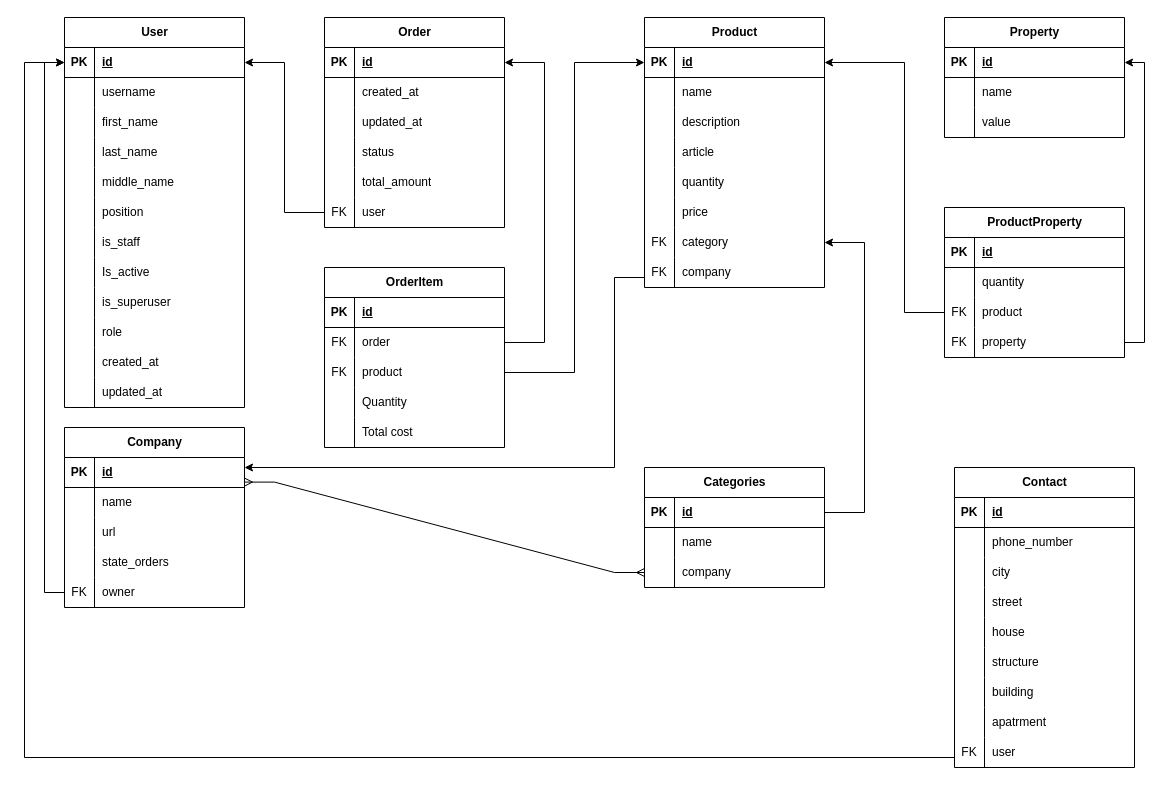
This is Retail_Orders.drawio from yamato-22/Diplom_project, a draw.io file, before an edit. Source tidied: cells renumbered, new cells numbered last; positions are measured from the earlier drawing's top-left corner, leaving out a move shared by most shapes. Both pictures are drawn from the tidied source at 100%, with x=0, y=0 at pixel (24, 17).
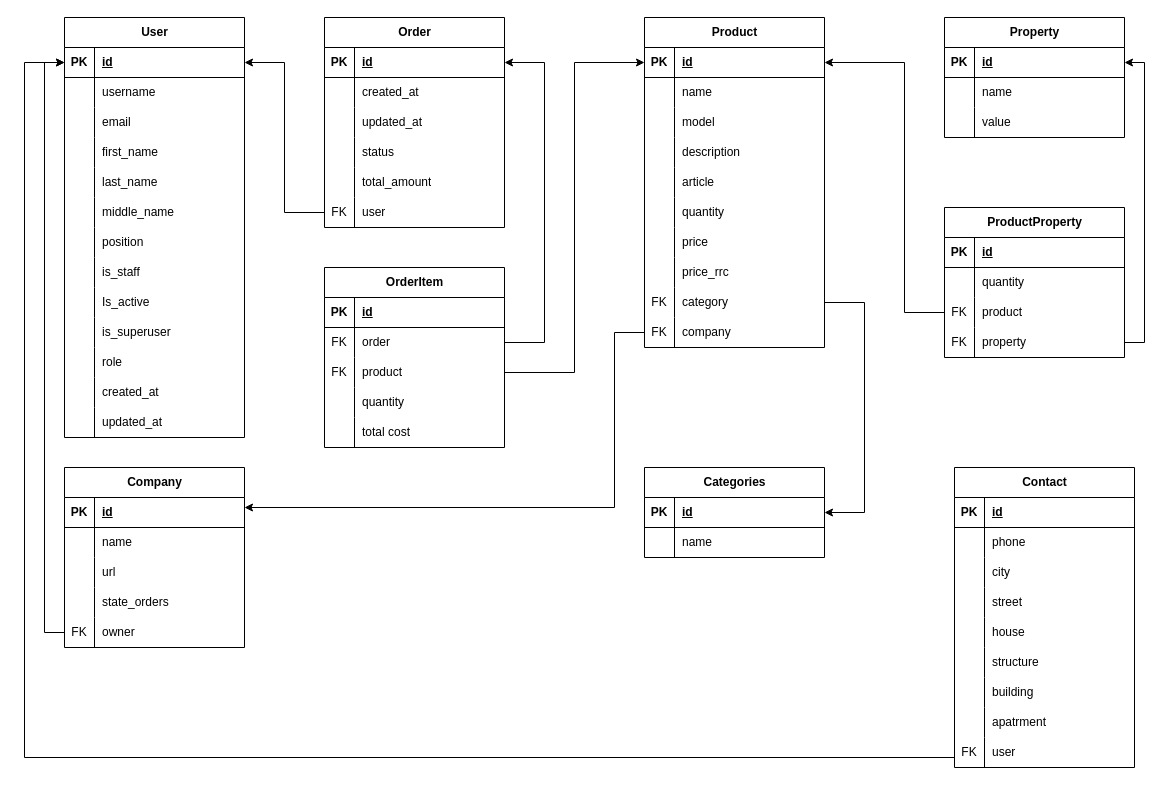
The same page after the edit.

The change refers to these unchanged cells:
```xml
<mxCell id="3" style="shape=tableRow;horizontal=0;startSize=0;swimlaneHead=0;swimlaneBody=0;fillColor=none;points=[[0,0.5],[1,0.5]];portConstraint=eastwest;top=0;left=0;right=0;bottom=1;" parent="2" vertex="1">
  <mxGeometry y="30" width="180" height="30" as="geometry" />
</mxCell>
<mxCell id="15" style="shape=tableRow;horizontal=0;startSize=0;swimlaneHead=0;swimlaneBody=0;fillColor=none;points=[[0,0.5],[1,0.5]];portConstraint=eastwest;top=0;left=0;right=0;bottom=0;" parent="2" vertex="1">
  <mxGeometry y="150" width="180" height="30" as="geometry" />
</mxCell>
<mxCell id="44" style="shape=tableRow;horizontal=0;startSize=0;swimlaneHead=0;swimlaneBody=0;fillColor=none;top=0;left=0;right=0;bottom=0;" parent="37" vertex="1">
  <mxGeometry y="90" width="180" height="30" as="geometry" />
</mxCell>
<mxCell id="47" style="shape=tableRow;horizontal=0;startSize=0;swimlaneHead=0;swimlaneBody=0;fillColor=none;top=0;left=0;right=0;bottom=0;" parent="37" vertex="1">
  <mxGeometry y="120" width="180" height="30" as="geometry" />
</mxCell>
<mxCell id="50" style="shape=tableRow;horizontal=0;startSize=0;swimlaneHead=0;swimlaneBody=0;fillColor=none;top=0;left=0;right=0;bottom=0;" parent="37" vertex="1">
  <mxGeometry y="150" width="180" height="30" as="geometry" />
</mxCell>
<mxCell id="53" style="shape=tableRow;horizontal=0;startSize=0;swimlaneHead=0;swimlaneBody=0;fillColor=none;top=0;left=0;right=0;bottom=0;" parent="37" vertex="1">
  <mxGeometry y="180" width="180" height="30" as="geometry" />
</mxCell>
<mxCell id="56" style="shape=tableRow;horizontal=0;startSize=0;swimlaneHead=0;swimlaneBody=0;fillColor=none;points=[[0,0.5],[1,0.5]];portConstraint=eastwest;top=0;left=0;right=0;bottom=0;" parent="37" vertex="1">
  <mxGeometry y="210" width="180" height="30" as="geometry" />
</mxCell>
<mxCell id="59" style="shape=tableRow;horizontal=0;startSize=0;swimlaneHead=0;swimlaneBody=0;fillColor=none;top=0;left=0;right=0;bottom=0;" parent="37" vertex="1">
  <mxGeometry y="240" width="180" height="30" as="geometry" />
</mxCell>
<mxCell id="63" style="shape=tableRow;horizontal=0;startSize=0;swimlaneHead=0;swimlaneBody=0;fillColor=none;points=[[0,0.5],[1,0.5]];portConstraint=eastwest;top=0;left=0;right=0;bottom=1;" parent="62" vertex="1">
  <mxGeometry y="30" width="180" height="30" as="geometry" />
</mxCell>
<mxCell id="69" style="shape=tableRow;horizontal=0;startSize=0;swimlaneHead=0;swimlaneBody=0;fillColor=none;top=0;left=0;right=0;bottom=0;" parent="62" vertex="1">
  <mxGeometry y="90" width="180" height="30" as="geometry" />
</mxCell>
<mxCell id="72" style="shape=tableRow;horizontal=0;startSize=0;swimlaneHead=0;swimlaneBody=0;fillColor=none;top=0;left=0;right=0;bottom=0;" parent="62" vertex="1">
  <mxGeometry y="120" width="180" height="30" as="geometry" />
</mxCell>
<mxCell id="75" style="shape=tableRow;horizontal=0;startSize=0;swimlaneHead=0;swimlaneBody=0;fillColor=none;top=0;left=0;right=0;bottom=0;" parent="62" vertex="1">
  <mxGeometry y="150" width="180" height="30" as="geometry" />
</mxCell>
<mxCell id="78" style="shape=tableRow;horizontal=0;startSize=0;swimlaneHead=0;swimlaneBody=0;fillColor=none;top=0;left=0;right=0;bottom=0;" parent="62" vertex="1">
  <mxGeometry y="180" width="180" height="30" as="geometry" />
</mxCell>
<mxCell id="81" style="shape=tableRow;horizontal=0;startSize=0;swimlaneHead=0;swimlaneBody=0;fillColor=none;top=0;left=0;right=0;bottom=0;" parent="62" vertex="1">
  <mxGeometry y="210" width="180" height="30" as="geometry" />
</mxCell>
<mxCell id="84" style="shape=tableRow;horizontal=0;startSize=0;swimlaneHead=0;swimlaneBody=0;fillColor=none;top=0;left=0;right=0;bottom=0;" parent="62" vertex="1">
  <mxGeometry y="240" width="180" height="30" as="geometry" />
</mxCell>
<mxCell id="87" style="shape=tableRow;horizontal=0;startSize=0;swimlaneHead=0;swimlaneBody=0;fillColor=none;top=0;left=0;right=0;bottom=0;" parent="62" vertex="1">
  <mxGeometry y="270" width="180" height="30" as="geometry" />
</mxCell>
<mxCell id="90" style="shape=tableRow;horizontal=0;startSize=0;swimlaneHead=0;swimlaneBody=0;fillColor=none;top=0;left=0;right=0;bottom=0;" parent="62" vertex="1">
  <mxGeometry y="300" width="180" height="30" as="geometry" />
</mxCell>
<mxCell id="93" style="shape=tableRow;horizontal=0;startSize=0;swimlaneHead=0;swimlaneBody=0;fillColor=none;top=0;left=0;right=0;bottom=0;" parent="62" vertex="1">
  <mxGeometry y="330" width="180" height="30" as="geometry" />
</mxCell>
<mxCell id="96" style="shape=tableRow;horizontal=0;startSize=0;swimlaneHead=0;swimlaneBody=0;fillColor=none;top=0;left=0;right=0;bottom=0;" parent="62" vertex="1">
  <mxGeometry y="360" width="180" height="30" as="geometry" />
</mxCell>
<mxCell id="120" style="shape=tableRow;horizontal=0;startSize=0;swimlaneHead=0;swimlaneBody=0;fillColor=none;top=0;left=0;right=0;bottom=0;" parent="110" vertex="1">
  <mxGeometry y="120" width="180" height="30" as="geometry" />
</mxCell>
<mxCell id="123" style="shape=tableRow;horizontal=0;startSize=0;swimlaneHead=0;swimlaneBody=0;fillColor=none;top=0;left=0;right=0;bottom=0;" parent="110" vertex="1">
  <mxGeometry y="150" width="180" height="30" as="geometry" />
</mxCell>
<mxCell id="132" style="shape=tableRow;horizontal=0;startSize=0;swimlaneHead=0;swimlaneBody=0;fillColor=none;top=0;left=0;right=0;bottom=0;" parent="128" vertex="1">
  <mxGeometry y="60" width="180" height="30" as="geometry" />
</mxCell>
<mxCell id="159" style="shape=tableRow;horizontal=0;startSize=0;swimlaneHead=0;swimlaneBody=0;fillColor=none;points=[[0,0.5],[1,0.5]];portConstraint=eastwest;top=0;left=0;right=0;bottom=1;" parent="158" vertex="1">
  <mxGeometry y="30" width="180" height="30" as="geometry" />
</mxCell>
```

The edit, as a diff of the source:
```diff
@@
     <mxCell id="2" value="Company" style="shape=table;startSize=30;childLayout=tableLayout;rowLines=0;fontStyle=1;align=center;html=1;" parent="1" vertex="1">
-      <mxGeometry x="40" y="410" width="180" height="180" as="geometry" />
+      <mxGeometry x="40" y="450" width="180" height="180" as="geometry" />
     </mxCell>
@@
     <mxCell id="37" value="Product" style="shape=table;startSize=30;childLayout=tableLayout;rowLines=0;fontStyle=1;align=center;html=1;" parent="1" vertex="1">
-      <mxGeometry x="620" width="180" height="270" as="geometry" />
+      <mxGeometry x="620" width="180" height="330" as="geometry" />
     </mxCell>
@@
-    <mxCell id="46" value="description" style="shape=partialRectangle;fillColor=none;top=0;left=0;bottom=0;right=0;align=left;spacingLeft=6;overflow=hidden;whiteSpace=wrap;html=1;" parent="44" vertex="1">
+    <mxCell id="46" value="model" style="shape=partialRectangle;fillColor=none;top=0;left=0;bottom=0;right=0;align=left;spacingLeft=6;overflow=hidden;whiteSpace=wrap;html=1;" parent="44" vertex="1">
       <mxGeometry x="30" width="150" height="30" as="geometry" />
     </mxCell>
@@
-    <mxCell id="49" value="article" style="shape=partialRectangle;fillColor=none;top=0;left=0;bottom=0;right=0;align=left;spacingLeft=6;overflow=hidden;whiteSpace=wrap;html=1;" parent="47" vertex="1">
+    <mxCell id="49" value="description" style="shape=partialRectangle;fillColor=none;top=0;left=0;bottom=0;right=0;align=left;spacingLeft=6;overflow=hidden;whiteSpace=wrap;html=1;" parent="47" vertex="1">
       <mxGeometry x="30" width="150" height="30" as="geometry" />
     </mxCell>
@@
-    <mxCell id="52" value="quantity" style="shape=partialRectangle;fillColor=none;top=0;left=0;bottom=0;right=0;align=left;spacingLeft=6;overflow=hidden;whiteSpace=wrap;html=1;" parent="50" vertex="1">
+    <mxCell id="52" value="article" style="shape=partialRectangle;fillColor=none;top=0;left=0;bottom=0;right=0;align=left;spacingLeft=6;overflow=hidden;whiteSpace=wrap;html=1;" parent="50" vertex="1">
       <mxGeometry x="30" width="150" height="30" as="geometry" />
     </mxCell>
@@
-    <mxCell id="55" value="price" style="shape=partialRectangle;fillColor=none;top=0;left=0;bottom=0;right=0;align=left;spacingLeft=6;overflow=hidden;whiteSpace=wrap;html=1;" parent="53" vertex="1">
+    <mxCell id="55" value="quantity" style="shape=partialRectangle;fillColor=none;top=0;left=0;bottom=0;right=0;align=left;spacingLeft=6;overflow=hidden;whiteSpace=wrap;html=1;" parent="53" vertex="1">
       <mxGeometry x="30" width="150" height="30" as="geometry" />
     </mxCell>
@@
-    <mxCell id="57" value="FK" style="shape=partialRectangle;fillColor=none;top=0;left=0;bottom=0;right=0;overflow=hidden;whiteSpace=wrap;html=1;" parent="56" vertex="1">
+    <mxCell id="57" style="shape=partialRectangle;fillColor=none;top=0;left=0;bottom=0;right=0;overflow=hidden;whiteSpace=wrap;html=1;" parent="56" vertex="1">
       <mxGeometry width="30" height="30" as="geometry" />
     </mxCell>
-    <mxCell id="58" value="category" style="shape=partialRectangle;fillColor=none;top=0;left=0;bottom=0;right=0;align=left;spacingLeft=6;overflow=hidden;whiteSpace=wrap;html=1;" parent="56" vertex="1">
+    <mxCell id="58" value="price" style="shape=partialRectangle;fillColor=none;top=0;left=0;bottom=0;right=0;align=left;spacingLeft=6;overflow=hidden;whiteSpace=wrap;html=1;" parent="56" vertex="1">
       <mxGeometry x="30" width="150" height="30" as="geometry" />
     </mxCell>
@@
-    <mxCell id="60" value="FK" style="shape=partialRectangle;fillColor=none;top=0;left=0;bottom=0;right=0;overflow=hidden;whiteSpace=wrap;html=1;" parent="59" vertex="1">
+    <mxCell id="60" style="shape=partialRectangle;fillColor=none;top=0;left=0;bottom=0;right=0;overflow=hidden;whiteSpace=wrap;html=1;" parent="59" vertex="1">
       <mxGeometry width="30" height="30" as="geometry" />
     </mxCell>
-    <mxCell id="61" value="company" style="shape=partialRectangle;fillColor=none;top=0;left=0;bottom=0;right=0;align=left;spacingLeft=6;overflow=hidden;whiteSpace=wrap;html=1;" parent="59" vertex="1">
+    <mxCell id="61" value="price_rrc" style="shape=partialRectangle;fillColor=none;top=0;left=0;bottom=0;right=0;align=left;spacingLeft=6;overflow=hidden;whiteSpace=wrap;html=1;" parent="59" vertex="1">
       <mxGeometry x="30" width="150" height="30" as="geometry" />
     </mxCell>
+    <mxCell id="186" style="shape=tableRow;horizontal=0;startSize=0;swimlaneHead=0;swimlaneBody=0;fillColor=none;points=[[0,0.5],[1,0.5]];portConstraint=eastwest;top=0;left=0;right=0;bottom=0;" parent="37" vertex="1">
+      <mxGeometry y="270" width="180" height="30" as="geometry" />
+    </mxCell>
+    <mxCell id="187" value="FK" style="shape=partialRectangle;fillColor=none;top=0;left=0;bottom=0;right=0;overflow=hidden;whiteSpace=wrap;html=1;" parent="186" vertex="1">
+      <mxGeometry width="30" height="30" as="geometry" />
+    </mxCell>
+    <mxCell id="188" value="category" style="shape=partialRectangle;fillColor=none;top=0;left=0;bottom=0;right=0;align=left;spacingLeft=6;overflow=hidden;whiteSpace=wrap;html=1;" parent="186" vertex="1">
+      <mxGeometry x="30" width="150" height="30" as="geometry" />
+    </mxCell>
+    <mxCell id="189" style="shape=tableRow;horizontal=0;startSize=0;swimlaneHead=0;swimlaneBody=0;fillColor=none;points=[[0,0.5],[1,0.5]];portConstraint=eastwest;top=0;left=0;right=0;bottom=0;" parent="37" vertex="1">
+      <mxGeometry y="300" width="180" height="30" as="geometry" />
+    </mxCell>
+    <mxCell id="190" value="FK" style="shape=partialRectangle;fillColor=none;top=0;left=0;bottom=0;right=0;overflow=hidden;whiteSpace=wrap;html=1;" parent="189" vertex="1">
+      <mxGeometry width="30" height="30" as="geometry" />
+    </mxCell>
+    <mxCell id="167" value="company" style="shape=partialRectangle;fillColor=none;top=0;left=0;bottom=0;right=0;align=left;spacingLeft=6;overflow=hidden;whiteSpace=wrap;html=1;" parent="189" vertex="1">
+      <mxGeometry x="30" width="150" height="30" as="geometry" />
+    </mxCell>
     <mxCell id="62" value="User" style="shape=table;startSize=30;childLayout=tableLayout;rowLines=0;fontStyle=1;align=center;html=1;" parent="1" vertex="1">
-      <mxGeometry x="40" width="180" height="390" as="geometry" />
+      <mxGeometry x="40" width="180" height="420" as="geometry" />
     </mxCell>
@@
-    <mxCell id="71" value="first_name" style="shape=partialRectangle;fillColor=none;top=0;left=0;bottom=0;right=0;align=left;spacingLeft=6;overflow=hidden;whiteSpace=wrap;html=1;" parent="69" vertex="1">
+    <mxCell id="71" value="email" style="shape=partialRectangle;fillColor=none;top=0;left=0;bottom=0;right=0;align=left;spacingLeft=6;overflow=hidden;whiteSpace=wrap;html=1;" parent="69" vertex="1">
       <mxGeometry x="30" width="150" height="30" as="geometry" />
     </mxCell>
@@
-    <mxCell id="74" value="last_name" style="shape=partialRectangle;fillColor=none;top=0;left=0;bottom=0;right=0;align=left;spacingLeft=6;overflow=hidden;whiteSpace=wrap;html=1;" parent="72" vertex="1">
+    <mxCell id="74" value="first_name" style="shape=partialRectangle;fillColor=none;top=0;left=0;bottom=0;right=0;align=left;spacingLeft=6;overflow=hidden;whiteSpace=wrap;html=1;" parent="72" vertex="1">
       <mxGeometry x="30" width="150" height="30" as="geometry" />
     </mxCell>
@@
-    <mxCell id="77" value="middle_name" style="shape=partialRectangle;fillColor=none;top=0;left=0;bottom=0;right=0;align=left;spacingLeft=6;overflow=hidden;whiteSpace=wrap;html=1;" parent="75" vertex="1">
+    <mxCell id="77" value="last_name" style="shape=partialRectangle;fillColor=none;top=0;left=0;bottom=0;right=0;align=left;spacingLeft=6;overflow=hidden;whiteSpace=wrap;html=1;" parent="75" vertex="1">
       <mxGeometry x="30" width="150" height="30" as="geometry" />
     </mxCell>
@@
-    <mxCell id="80" value="position" style="shape=partialRectangle;fillColor=none;top=0;left=0;bottom=0;right=0;align=left;spacingLeft=6;overflow=hidden;whiteSpace=wrap;html=1;" parent="78" vertex="1">
+    <mxCell id="80" value="middle_name" style="shape=partialRectangle;fillColor=none;top=0;left=0;bottom=0;right=0;align=left;spacingLeft=6;overflow=hidden;whiteSpace=wrap;html=1;" parent="78" vertex="1">
       <mxGeometry x="30" width="150" height="30" as="geometry" />
     </mxCell>
@@
-    <mxCell id="83" value="is_staff" style="shape=partialRectangle;fillColor=none;top=0;left=0;bottom=0;right=0;align=left;spacingLeft=6;overflow=hidden;whiteSpace=wrap;html=1;" parent="81" vertex="1">
+    <mxCell id="83" value="position" style="shape=partialRectangle;fillColor=none;top=0;left=0;bottom=0;right=0;align=left;spacingLeft=6;overflow=hidden;whiteSpace=wrap;html=1;" parent="81" vertex="1">
       <mxGeometry x="30" width="150" height="30" as="geometry" />
     </mxCell>
@@
-    <mxCell id="86" value="Is_active" style="shape=partialRectangle;fillColor=none;top=0;left=0;bottom=0;right=0;align=left;spacingLeft=6;overflow=hidden;whiteSpace=wrap;html=1;" parent="84" vertex="1">
+    <mxCell id="86" value="is_staff" style="shape=partialRectangle;fillColor=none;top=0;left=0;bottom=0;right=0;align=left;spacingLeft=6;overflow=hidden;whiteSpace=wrap;html=1;" parent="84" vertex="1">
       <mxGeometry x="30" width="150" height="30" as="geometry" />
     </mxCell>
@@
-    <mxCell id="89" value="is_superuser" style="shape=partialRectangle;fillColor=none;top=0;left=0;bottom=0;right=0;align=left;spacingLeft=6;overflow=hidden;whiteSpace=wrap;html=1;" parent="87" vertex="1">
+    <mxCell id="89" value="Is_active" style="shape=partialRectangle;fillColor=none;top=0;left=0;bottom=0;right=0;align=left;spacingLeft=6;overflow=hidden;whiteSpace=wrap;html=1;" parent="87" vertex="1">
       <mxGeometry x="30" width="150" height="30" as="geometry" />
     </mxCell>
@@
-    <mxCell id="92" value="role" style="shape=partialRectangle;fillColor=none;top=0;left=0;bottom=0;right=0;align=left;spacingLeft=6;overflow=hidden;whiteSpace=wrap;html=1;" parent="90" vertex="1">
+    <mxCell id="92" value="is_superuser" style="shape=partialRectangle;fillColor=none;top=0;left=0;bottom=0;right=0;align=left;spacingLeft=6;overflow=hidden;whiteSpace=wrap;html=1;" parent="90" vertex="1">
       <mxGeometry x="30" width="150" height="30" as="geometry" />
     </mxCell>
@@
-    <mxCell id="95" value="created_at" style="shape=partialRectangle;fillColor=none;top=0;left=0;bottom=0;right=0;align=left;spacingLeft=6;overflow=hidden;whiteSpace=wrap;html=1;" parent="93" vertex="1">
+    <mxCell id="95" value="role" style="shape=partialRectangle;fillColor=none;top=0;left=0;bottom=0;right=0;align=left;spacingLeft=6;overflow=hidden;whiteSpace=wrap;html=1;" parent="93" vertex="1">
       <mxGeometry x="30" width="150" height="30" as="geometry" />
     </mxCell>
@@
-    <mxCell id="98" value="updated_at" style="shape=partialRectangle;fillColor=none;top=0;left=0;bottom=0;right=0;align=left;spacingLeft=6;overflow=hidden;whiteSpace=wrap;html=1;" parent="96" vertex="1">
+    <mxCell id="98" value="created_at" style="shape=partialRectangle;fillColor=none;top=0;left=0;bottom=0;right=0;align=left;spacingLeft=6;overflow=hidden;whiteSpace=wrap;html=1;" parent="96" vertex="1">
       <mxGeometry x="30" width="150" height="30" as="geometry" />
     </mxCell>
+    <mxCell id="191" style="shape=tableRow;horizontal=0;startSize=0;swimlaneHead=0;swimlaneBody=0;fillColor=none;top=0;left=0;right=0;bottom=0;" parent="62" vertex="1">
+      <mxGeometry y="390" width="180" height="30" as="geometry" />
+    </mxCell>
+    <mxCell id="166" style="shape=partialRectangle;fillColor=none;top=0;left=0;bottom=0;right=0;overflow=hidden;whiteSpace=wrap;html=1;" parent="191" vertex="1">
+      <mxGeometry width="30" height="30" as="geometry" />
+    </mxCell>
+    <mxCell id="192" value="updated_at" style="shape=partialRectangle;fillColor=none;top=0;left=0;bottom=0;right=0;align=left;spacingLeft=6;overflow=hidden;whiteSpace=wrap;html=1;" parent="191" vertex="1">
+      <mxGeometry x="30" width="150" height="30" as="geometry" />
+    </mxCell>
@@
-    <mxCell id="122" value="Quantity" style="shape=partialRectangle;fillColor=none;top=0;left=0;bottom=0;right=0;align=left;spacingLeft=6;overflow=hidden;whiteSpace=wrap;html=1;" parent="120" vertex="1">
+    <mxCell id="122" value="quantity" style="shape=partialRectangle;fillColor=none;top=0;left=0;bottom=0;right=0;align=left;spacingLeft=6;overflow=hidden;whiteSpace=wrap;html=1;" parent="120" vertex="1">
       <mxGeometry x="30" width="150" height="30" as="geometry" />
     </mxCell>
@@
-    <mxCell id="125" value="Total cost" style="shape=partialRectangle;fillColor=none;top=0;left=0;bottom=0;right=0;align=left;spacingLeft=6;overflow=hidden;whiteSpace=wrap;html=1;" parent="123" vertex="1">
+    <mxCell id="125" value="total cost" style="shape=partialRectangle;fillColor=none;top=0;left=0;bottom=0;right=0;align=left;spacingLeft=6;overflow=hidden;whiteSpace=wrap;html=1;" parent="123" vertex="1">
       <mxGeometry x="30" width="150" height="30" as="geometry" />
     </mxCell>
@@
-    <mxCell id="134" value="phone_number" style="shape=partialRectangle;fillColor=none;top=0;left=0;bottom=0;right=0;align=left;spacingLeft=6;overflow=hidden;whiteSpace=wrap;html=1;" parent="132" vertex="1">
+    <mxCell id="134" value="phone" style="shape=partialRectangle;fillColor=none;top=0;left=0;bottom=0;right=0;align=left;spacingLeft=6;overflow=hidden;whiteSpace=wrap;html=1;" parent="132" vertex="1">
       <mxGeometry x="30" width="150" height="30" as="geometry" />
     </mxCell>
@@
     <mxCell id="156" style="edgeStyle=orthogonalEdgeStyle;rounded=0;jettySize=auto;html=1;entryX=0;entryY=0.5;entryDx=0;entryDy=0;" parent="1" edge="1" source="15" target="63">
       <mxGeometry relative="1" as="geometry">
         <Array as="points">
-          <mxPoint x="20" y="575" />
+          <mxPoint x="20" y="615" />
           <mxPoint x="20" y="45" />
         </Array>
       </mxGeometry>
     </mxCell>
-    <mxCell id="157" style="edgeStyle=orthogonalEdgeStyle;rounded=0;jettySize=auto;html=1;exitX=1;exitY=0.5;exitDx=0;exitDy=0;entryX=1;entryY=0.5;entryDx=0;entryDy=0;" parent="1" edge="1" source="159" target="56">
-      <mxGeometry relative="1" as="geometry">
-        <Array as="points">
-          <mxPoint x="840" y="495" />
-          <mxPoint x="840" y="225" />
-        </Array>
-      </mxGeometry>
-    </mxCell>
     <mxCell id="158" value="Categories" style="shape=table;startSize=30;childLayout=tableLayout;rowLines=0;fontStyle=1;align=center;html=1;" parent="1" vertex="1">
-      <mxGeometry x="620" y="450" width="180" height="120" as="geometry" />
+      <mxGeometry x="620" y="450" width="180" height="90" as="geometry" />
     </mxCell>
@@
-    <mxCell id="165" style="shape=tableRow;horizontal=0;startSize=0;swimlaneHead=0;swimlaneBody=0;fillColor=none;points=[[0,0.5],[1,0.5]];portConstraint=eastwest;top=0;left=0;right=0;bottom=0;" parent="158" vertex="1">
-      <mxGeometry y="90" width="180" height="30" as="geometry" />
-    </mxCell>
-    <mxCell id="166" style="shape=partialRectangle;fillColor=none;top=0;left=0;bottom=0;right=0;overflow=hidden;whiteSpace=wrap;html=1;" parent="165" vertex="1">
-      <mxGeometry width="30" height="30" as="geometry" />
-    </mxCell>
-    <mxCell id="167" value="company" style="shape=partialRectangle;fillColor=none;top=0;left=0;bottom=0;right=0;align=left;spacingLeft=6;overflow=hidden;whiteSpace=wrap;html=1;" parent="165" vertex="1">
-      <mxGeometry x="30" width="150" height="30" as="geometry" />
-    </mxCell>
-    <mxCell id="168" style="edgeStyle=orthogonalEdgeStyle;rounded=0;orthogonalLoop=1;jettySize=auto;html=1;entryX=1;entryY=0.5;entryDx=0;entryDy=0;exitX=0;exitY=0.5;exitDx=0;exitDy=0;" parent="1" edge="1">
+    <mxCell id="168" style="edgeStyle=orthogonalEdgeStyle;rounded=0;jettySize=auto;html=1;entryX=1;entryY=0.5;entryDx=0;entryDy=0;exitX=0;exitY=0.5;exitDx=0;exitDy=0;" parent="1" edge="1" source="189">
       <mxGeometry relative="1" as="geometry">
-        <mxPoint x="620" y="260" as="sourcePoint" />
-        <mxPoint x="220" y="450" as="targetPoint" />
+        <mxPoint x="220" y="490" as="targetPoint" />
         <Array as="points">
-          <mxPoint x="590" y="260" />
-          <mxPoint x="590" y="450" />
+          <mxPoint x="590" y="315" />
+          <mxPoint x="590" y="490" />
         </Array>
       </mxGeometry>
     </mxCell>
@@
-    <mxCell id="170" style="edgeStyle=entityRelationEdgeStyle;fontSize=12;html=1;endArrow=ERmany;startArrow=ERmany;rounded=0;entryX=0;entryY=0.5;entryDx=0;entryDy=0;exitX=1;exitY=0.82;exitDx=0;exitDy=0;exitPerimeter=0;" parent="1" edge="1" source="3" target="165">
-      <mxGeometry relative="1" as="geometry" />
-    </mxCell>
@@
+    <mxCell id="193" style="edgeStyle=orthogonalEdgeStyle;rounded=0;jettySize=auto;html=1;entryX=1;entryY=0.5;entryDx=0;entryDy=0;exitX=1;exitY=0.5;exitDx=0;exitDy=0;" parent="1" edge="1" source="186" target="159">
+      <mxGeometry relative="1" as="geometry">
+        <Array as="points">
+          <mxPoint x="840" y="285" />
+          <mxPoint x="840" y="495" />
+        </Array>
+      </mxGeometry>
+    </mxCell>
```
